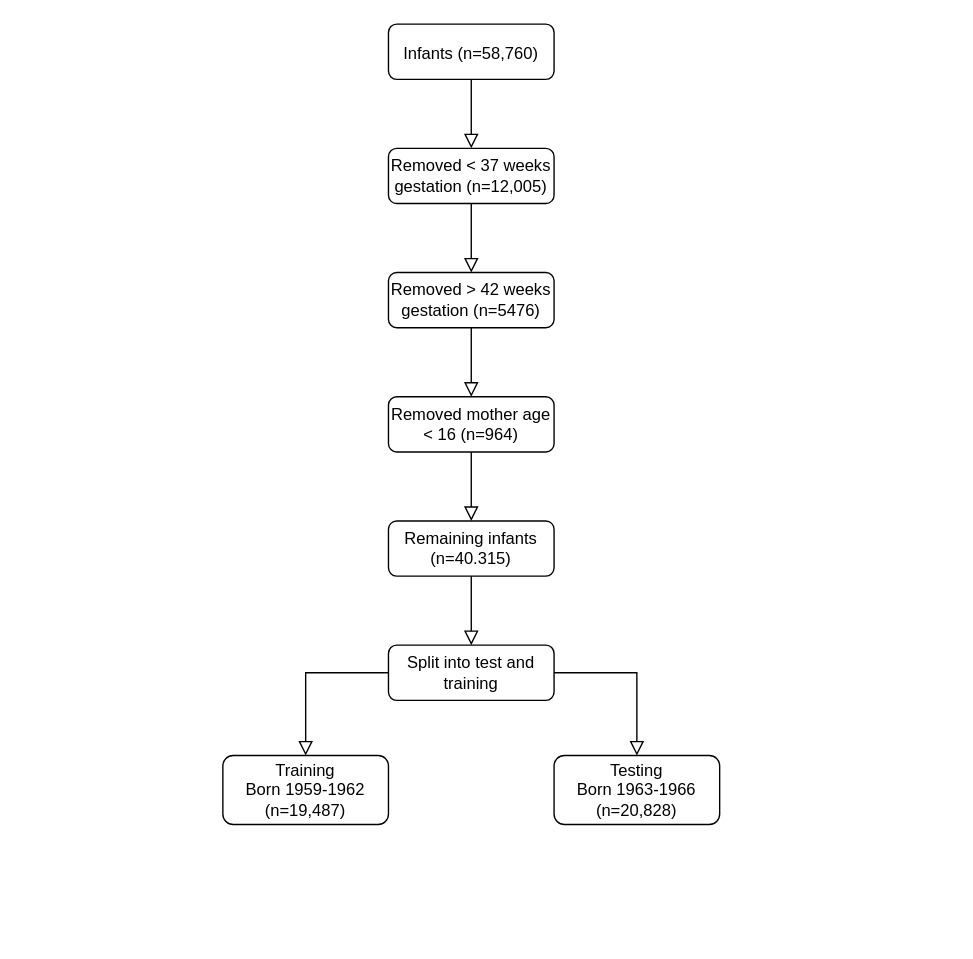
Before: participants.drawio in MRCIEU/hie-ml, a draw.io diagram. Source tidied: cells renumbered, new cells numbered last; positions are measured from the earlier drawing's top-left corner, leaving out a move shared by most shapes. Both pictures are drawn from the tidied source at 138%, with x=0, y=0 at pixel (222, 23).
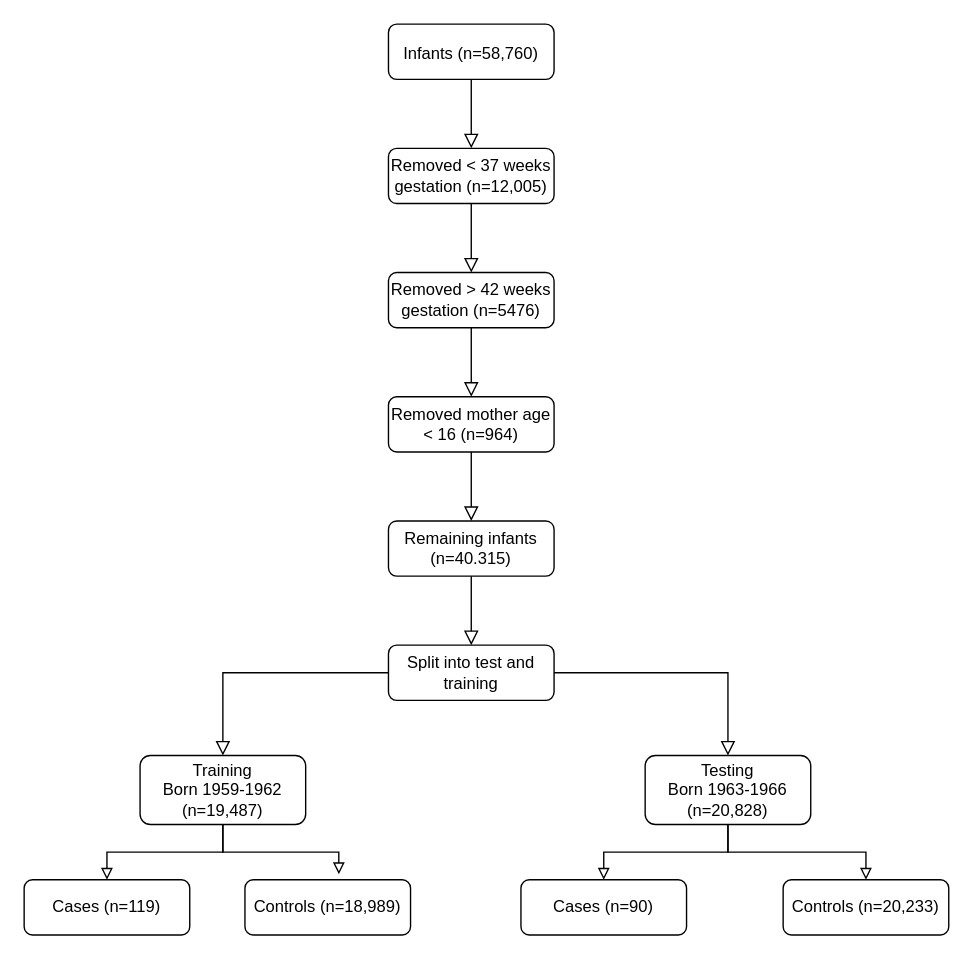
The same diagram, later.

What changed in the source:
```diff
@@
+    <mxCell id="17" style="edgeStyle=orthogonalEdgeStyle;rounded=0;jettySize=auto;html=1;entryX=0.5;entryY=0;entryDx=0;entryDy=0;endArrow=block;endFill=0;" parent="1" edge="1" source="12" target="21">
+      <mxGeometry relative="1" as="geometry" />
+    </mxCell>
+    <mxCell id="18" style="edgeStyle=orthogonalEdgeStyle;rounded=0;jettySize=auto;html=1;entryX=0.567;entryY=-0.1;entryDx=0;entryDy=0;entryPerimeter=0;endArrow=block;endFill=0;" parent="1" edge="1" source="12" target="22">
+      <mxGeometry relative="1" as="geometry" />
+    </mxCell>
     <mxCell id="12" value="Training&lt;br&gt;Born 1959-1962 (n=19,487)" style="rounded=1;whiteSpace=wrap;html=1;fontSize=12;glass=0;strokeWidth=1;shadow=0;" parent="1" vertex="1">
-      <mxGeometry y="530" width="120" height="50" as="geometry" />
+      <mxGeometry x="-60" y="530" width="120" height="50" as="geometry" />
     </mxCell>
+    <mxCell id="19" style="edgeStyle=orthogonalEdgeStyle;rounded=0;jettySize=auto;html=1;entryX=0.5;entryY=0;entryDx=0;entryDy=0;endArrow=block;endFill=0;" parent="1" edge="1" source="13" target="23">
+      <mxGeometry relative="1" as="geometry" />
+    </mxCell>
+    <mxCell id="20" style="edgeStyle=orthogonalEdgeStyle;rounded=0;jettySize=auto;html=1;endArrow=block;endFill=0;" parent="1" edge="1" source="13" target="24">
+      <mxGeometry relative="1" as="geometry" />
+    </mxCell>
     <mxCell id="13" value="Testing&lt;br&gt;Born 1963-1966 (n=20,828)" style="rounded=1;whiteSpace=wrap;html=1;fontSize=12;glass=0;strokeWidth=1;shadow=0;" parent="1" vertex="1">
-      <mxGeometry x="240" y="530" width="120" height="50" as="geometry" />
+      <mxGeometry x="306" y="530" width="120" height="50" as="geometry" />
     </mxCell>
@@
+    <mxCell id="21" value="Cases (n=119)" style="rounded=1;whiteSpace=wrap;html=1;fontSize=12;glass=0;strokeWidth=1;shadow=0;" parent="1" vertex="1">
+      <mxGeometry x="-144" y="620" width="120" height="40" as="geometry" />
+    </mxCell>
+    <mxCell id="22" value="Controls (n=18,989)" style="rounded=1;whiteSpace=wrap;html=1;fontSize=12;glass=0;strokeWidth=1;shadow=0;" parent="1" vertex="1">
+      <mxGeometry x="16" y="620" width="120" height="40" as="geometry" />
+    </mxCell>
+    <mxCell id="23" value="Cases (n=90)" style="rounded=1;whiteSpace=wrap;html=1;fontSize=12;glass=0;strokeWidth=1;shadow=0;" parent="1" vertex="1">
+      <mxGeometry x="216" y="620" width="120" height="40" as="geometry" />
+    </mxCell>
+    <mxCell id="24" value="Controls (n=20,233)" style="rounded=1;whiteSpace=wrap;html=1;fontSize=12;glass=0;strokeWidth=1;shadow=0;" parent="1" vertex="1">
+      <mxGeometry x="406" y="620" width="120" height="40" as="geometry" />
+    </mxCell>
```
